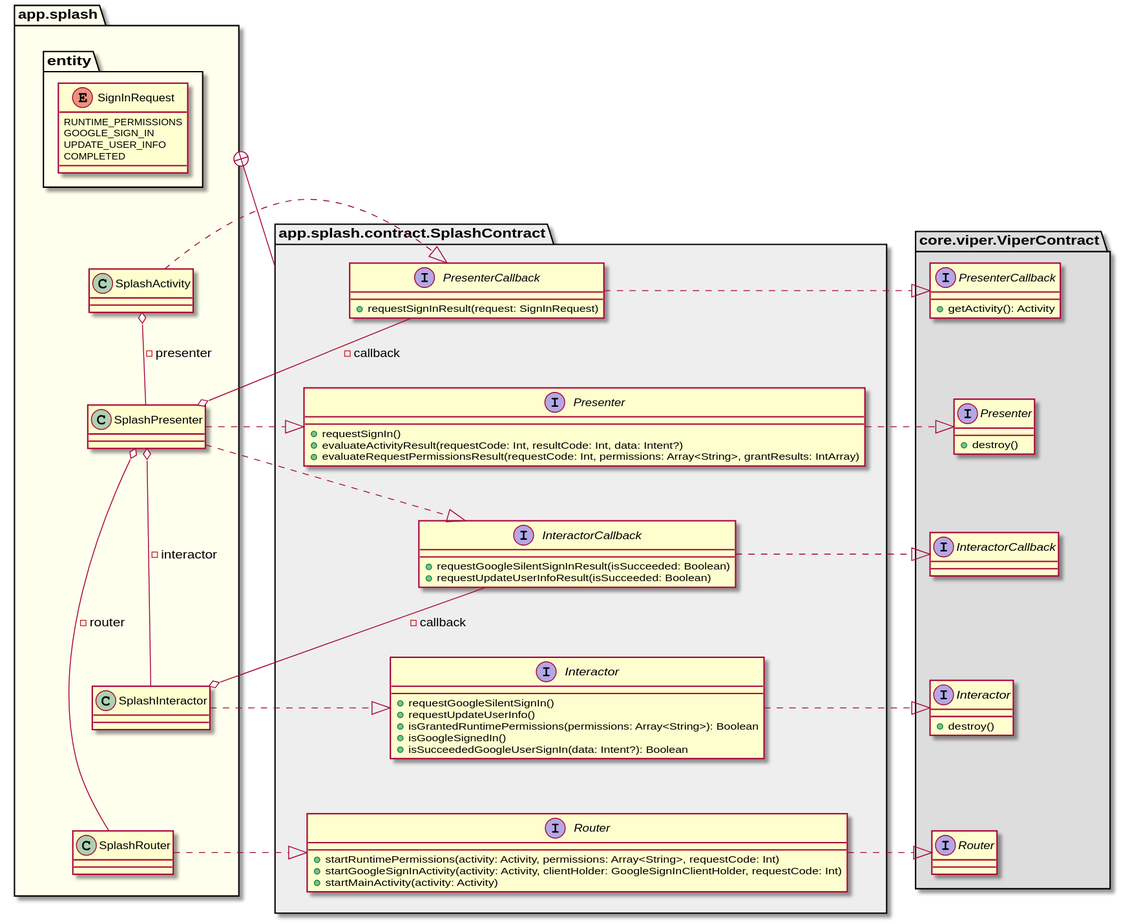
Above: uml/splash/class_diagram_splash_viper.svg in sallyluenoa/PhotoSlideShow (PlantUML), before the change.
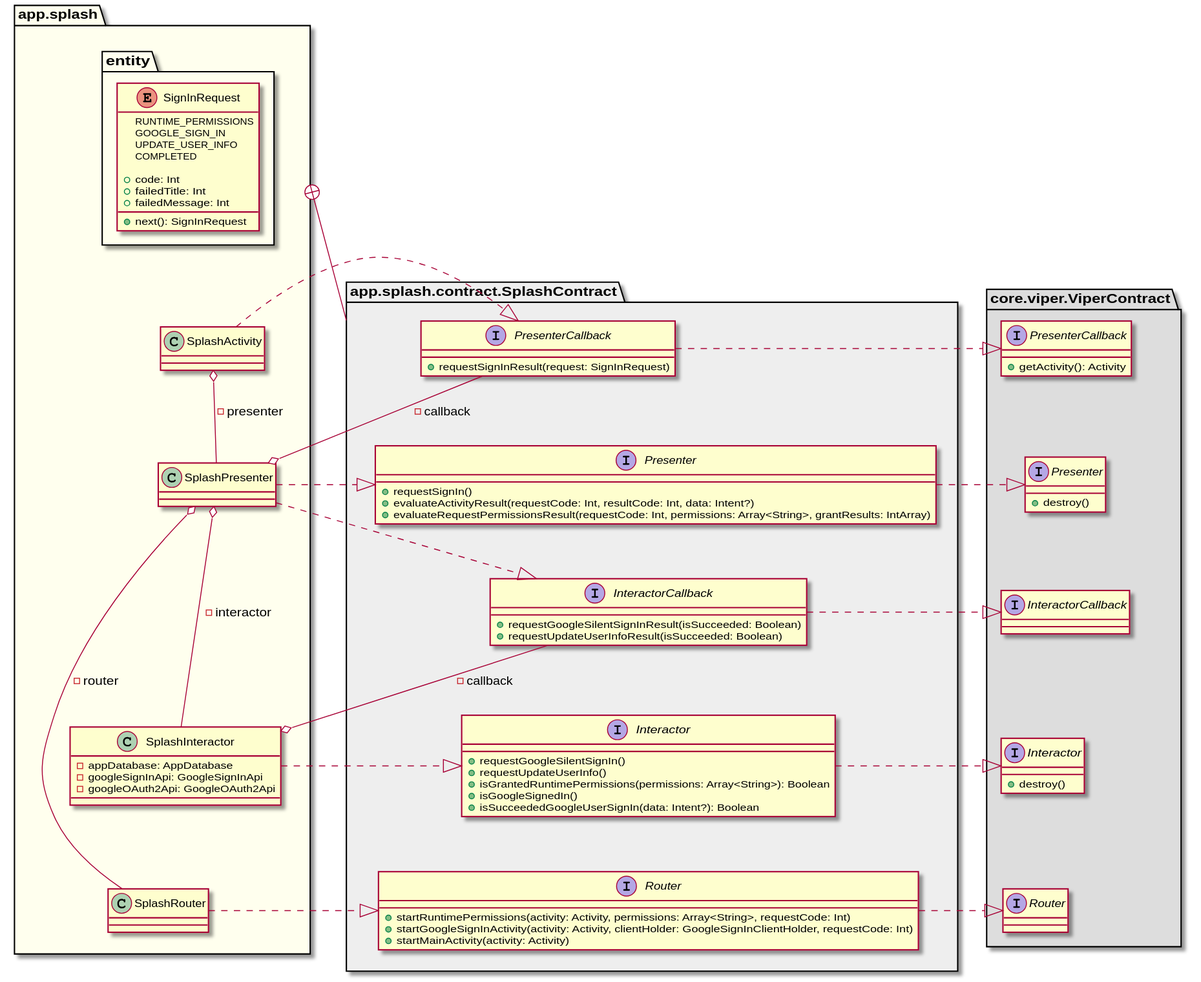
The same file after the commit.

Commit message:
Write UML for design #13

Diff of the diagram source:
```diff
@@ -1,5 +1,31 @@
 @startuml
 namespace app.splash #FFFFEE {
+
+  namespace entity {
+    enum SignInRequest {
+      RUNTIME_PERMISSIONS
+      GOOGLE_SIGN_IN
+      UPDATE_USER_INFO
+      COMPLETED
+
+      + code: Int
+      + failedTitle: Int
+      + failedMessage: Int
+      + next(): SignInRequest
+    }
+
+    SignInRequest -[hidden]-> app.splash.SplashActivity
+  }
+
+  class SplashActivity
+  class SplashPresenter
+  class SplashInteractor {
+    - appDatabase: AppDatabase
+    - googleSignInApi: GoogleSignInApi
+    - googleOAuth2Api: GoogleOAuth2Api
+  }
+  class SplashRouter
+
   SplashActivity o-- SplashPresenter: -presenter
   SplashPresenter o--- SplashInteractor: -interactor
   SplashPresenter o---- SplashRouter: -router
@@ -17,16 +43,6 @@
   app.splash.contract.SplashContract.Interactor -[hidden]> SplashInteractor
   app.splash.contract.SplashContract.Router -[hidden]> SplashRouter
 
-  namespace entity {
-    enum SignInRequest {
-      RUNTIME_PERMISSIONS
-      GOOGLE_SIGN_IN
-      UPDATE_USER_INFO
-      COMPLETED
-    }
-
-    SignInRequest -[hidden]-> app.splash.SplashActivity
-  }
 }
 
 namespace app.splash.contract.SplashContract #EEEEEE {
```
